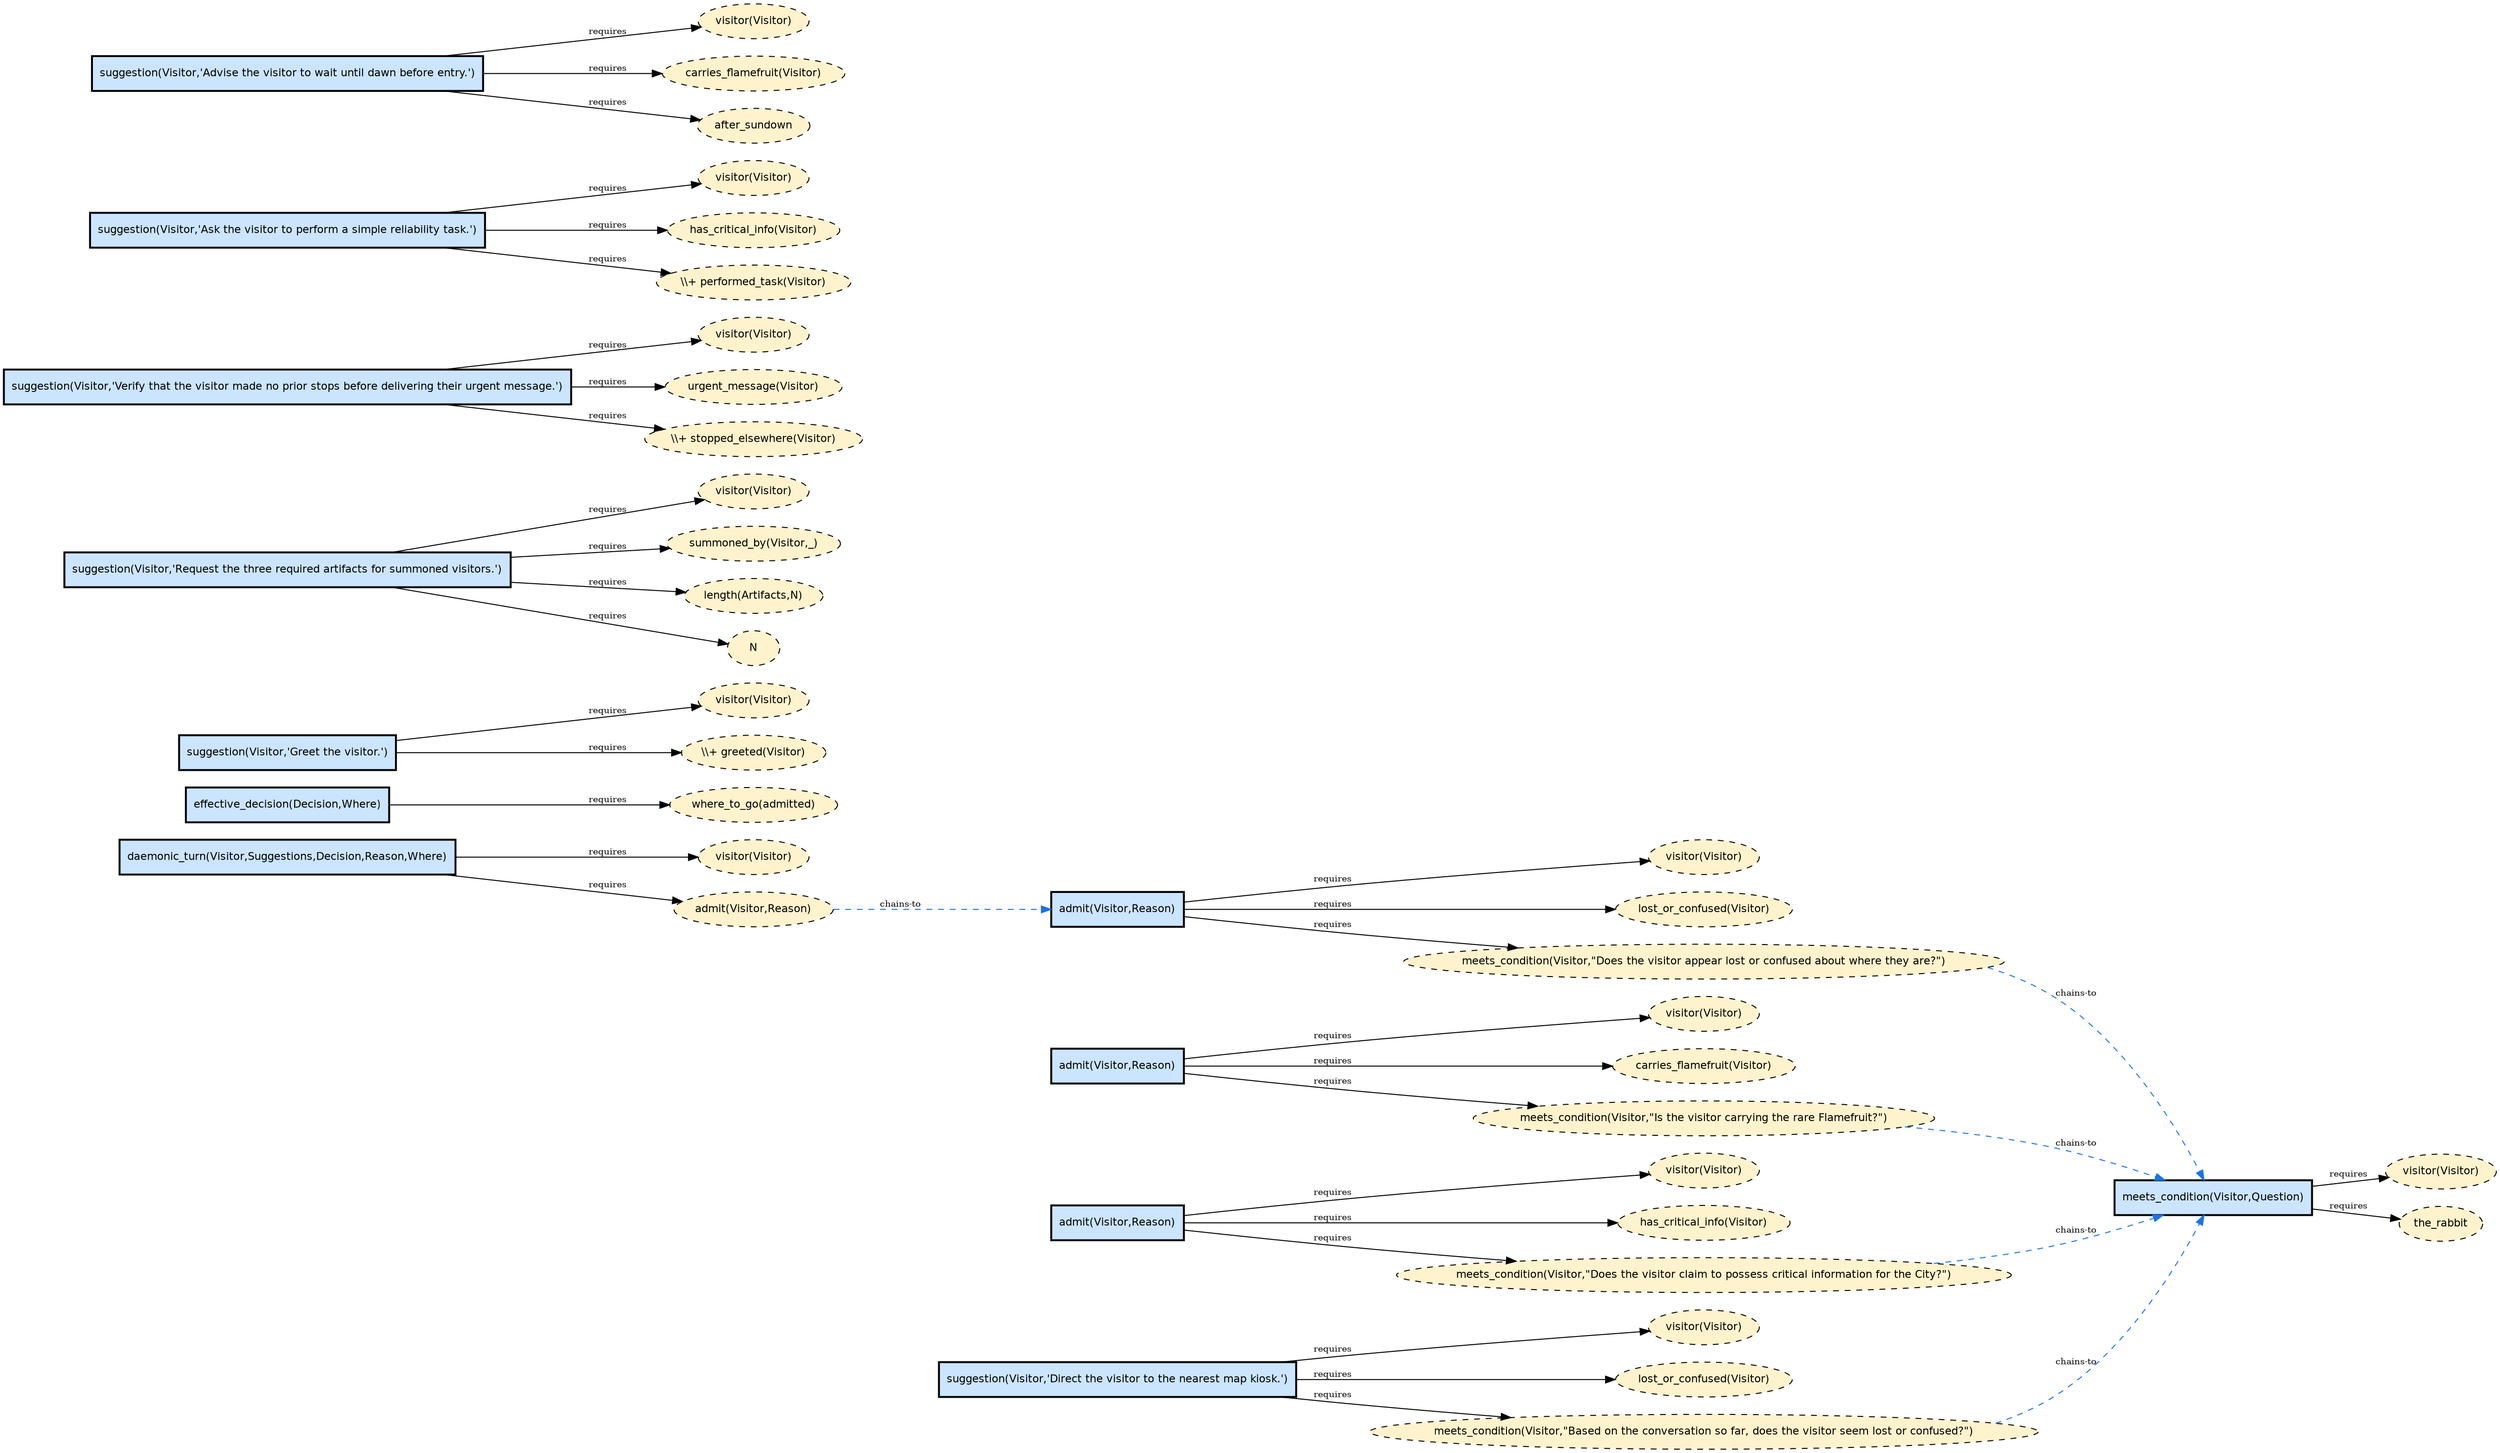
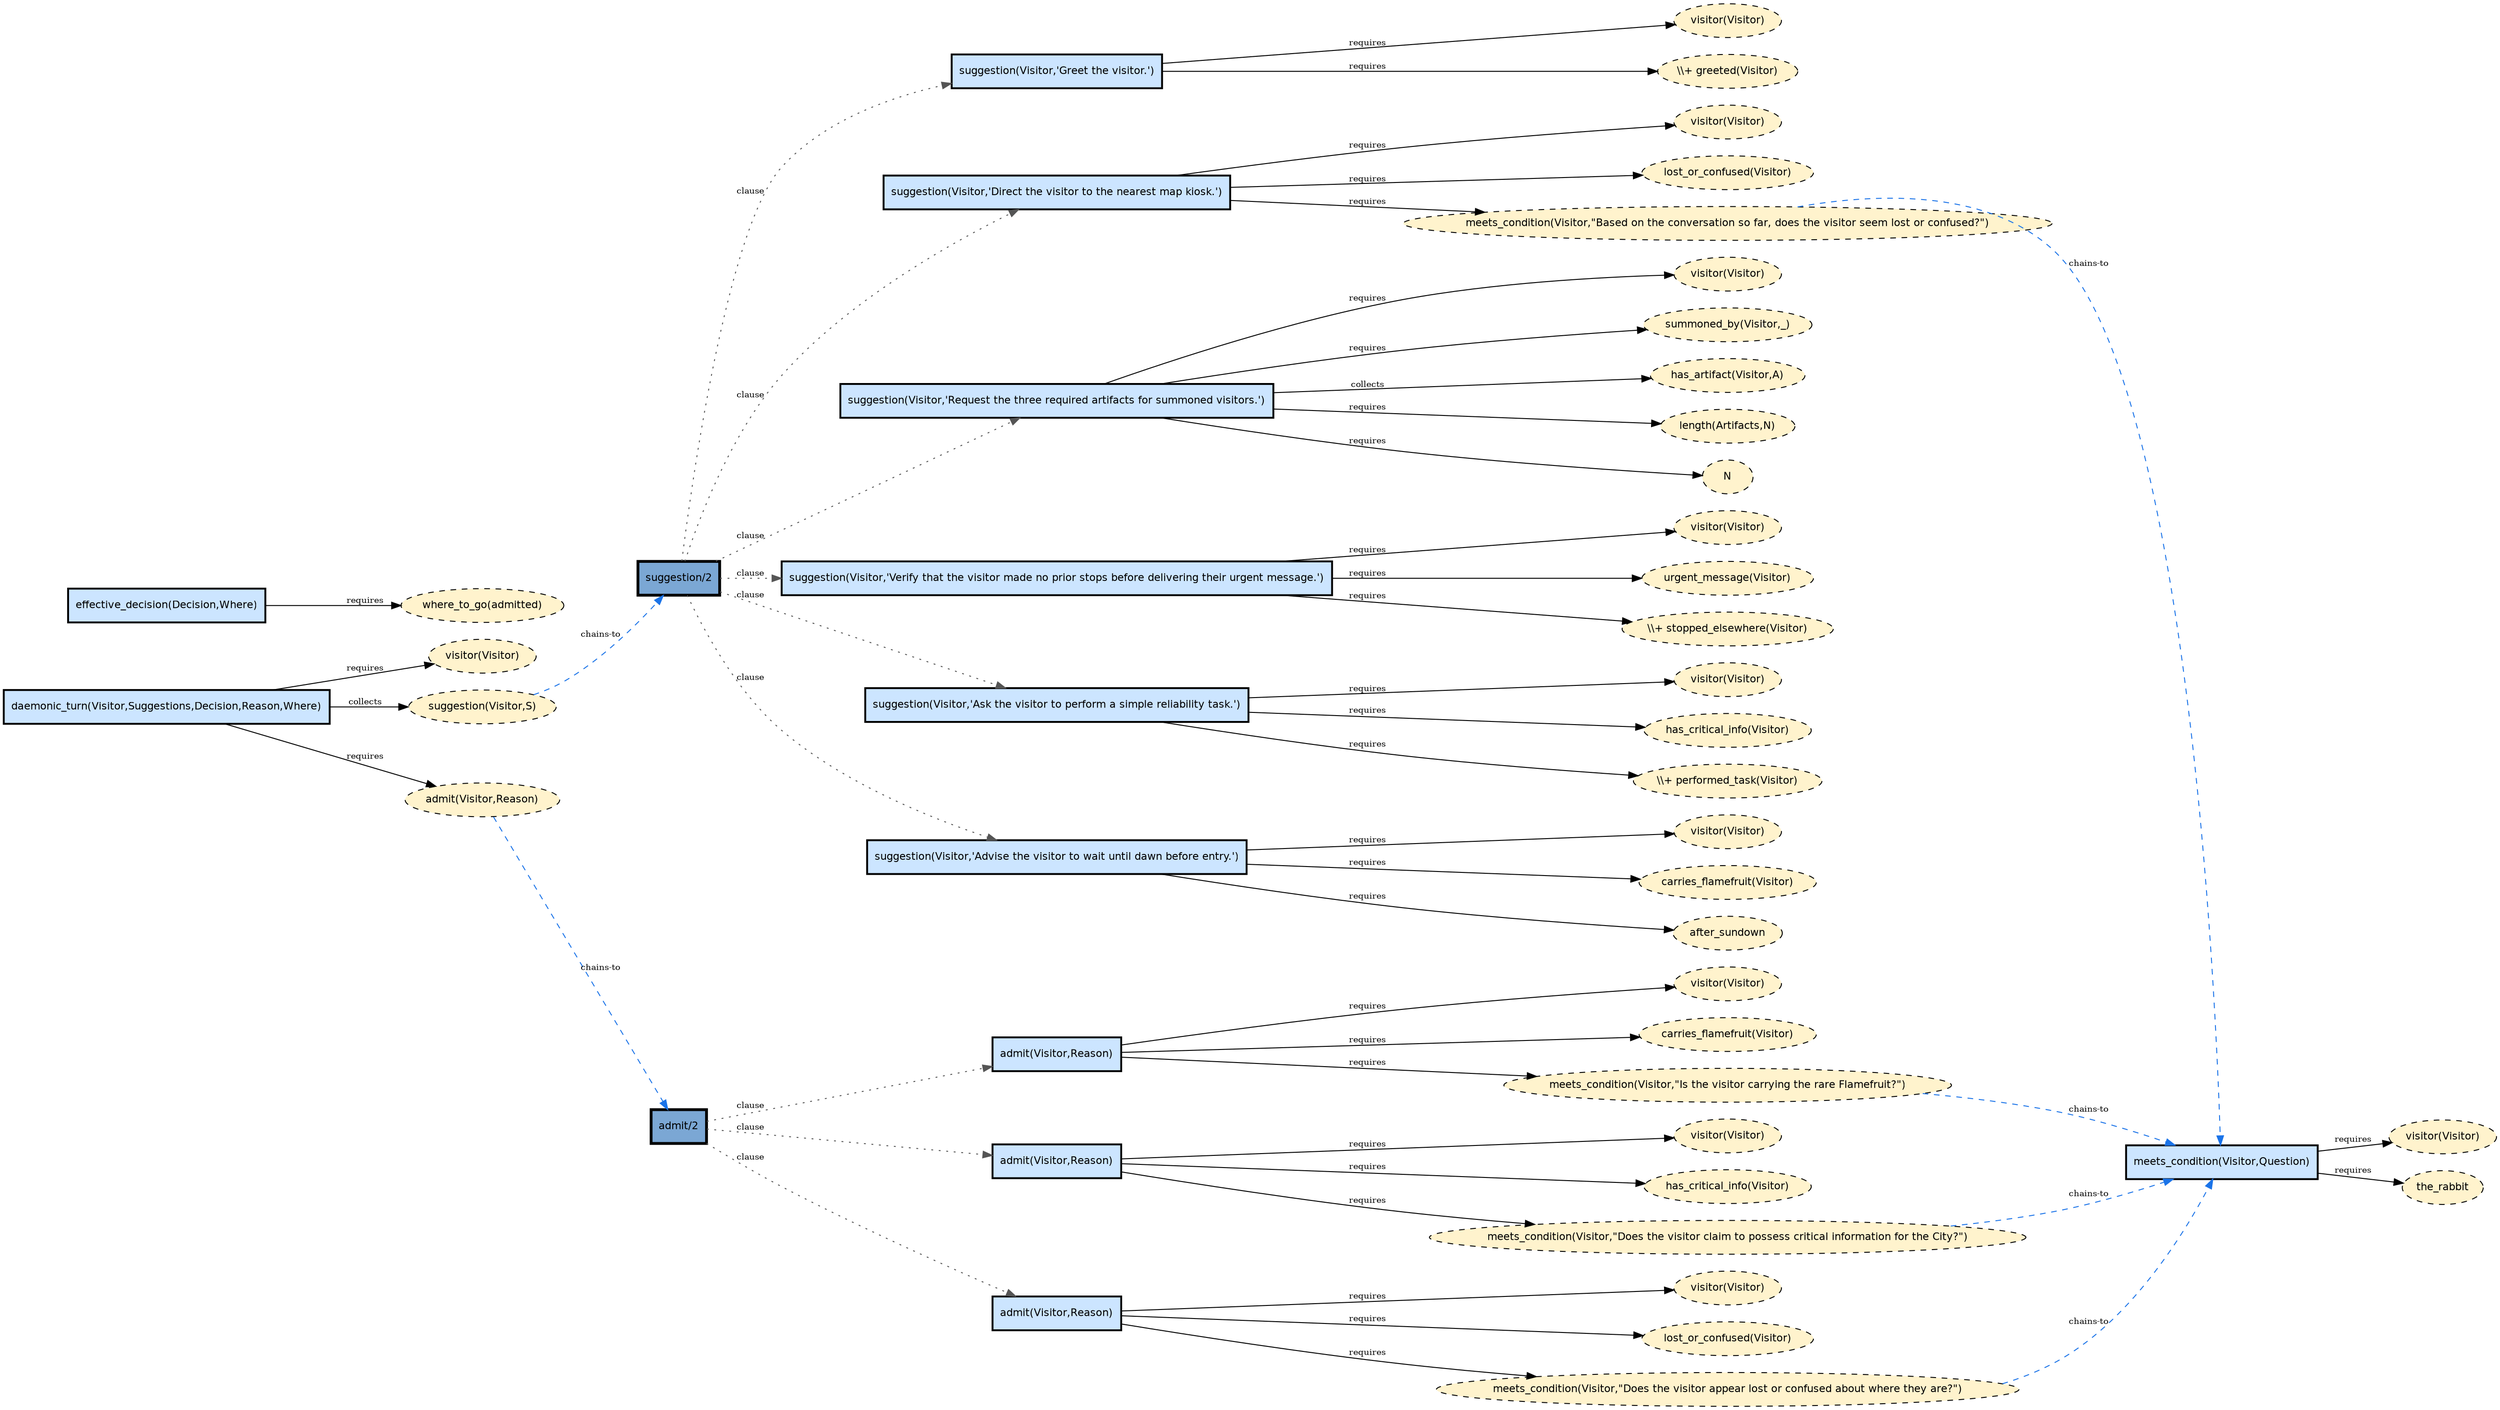
digraph Clara {
    rankdir=LR
    fontname="Helvetica"
    node [fontname="Helvetica" fontsize=11]
    edge [fontsize=9]

    rule_daemonic_turn_5_0 [label="daemonic_turn(Visitor,Suggestions,Decision,Reason,Where)" shape=box style=filled fillcolor="#cce5ff" penwidth=2]
    rule_effective_decision_2_1 [label="effective_decision(Decision,Where)" shape=box style=filled fillcolor="#cce5ff" penwidth=2]
    rule_meets_condition_2_2 [label="meets_condition(Visitor,Question)" shape=box style=filled fillcolor="#cce5ff" penwidth=2]
    rule_admit_2_3 [label="admit(Visitor,Reason)" shape=box style=filled fillcolor="#cce5ff" penwidth=2]
    rule_admit_2_4 [label="admit(Visitor,Reason)" shape=box style=filled fillcolor="#cce5ff" penwidth=2]
    rule_admit_2_5 [label="admit(Visitor,Reason)" shape=box style=filled fillcolor="#cce5ff" penwidth=2]
    rule_suggestion_2_6 [label="suggestion(Visitor,'Greet the visitor.')" shape=box style=filled fillcolor="#cce5ff" penwidth=2]
    rule_suggestion_2_7 [label="suggestion(Visitor,'Direct the visitor to the nearest map kiosk.')" shape=box style=filled fillcolor="#cce5ff" penwidth=2]
    rule_suggestion_2_8 [label="suggestion(Visitor,'Request the three required artifacts for summoned visitors.')" shape=box style=filled fillcolor="#cce5ff" penwidth=2]
    rule_suggestion_2_9 [label="suggestion(Visitor,'Verify that the visitor made no prior stops before delivering their urgent message.')" shape=box style=filled fillcolor="#cce5ff" penwidth=2]
    rule_suggestion_2_10 [label="suggestion(Visitor,'Ask the visitor to perform a simple reliability task.')" shape=box style=filled fillcolor="#cce5ff" penwidth=2]
    rule_suggestion_2_11 [label="suggestion(Visitor,'Advise the visitor to wait until dawn before entry.')" shape=box style=filled fillcolor="#cce5ff" penwidth=2]

+     synth_admit_2 [label="admit/2" shape=box style=filled fillcolor="#7ba7d4" penwidth=3]
+     synth_admit_2 -> rule_admit_2_3 [label="clause" style=dotted color="#555555"]
+     synth_admit_2 -> rule_admit_2_4 [label="clause" style=dotted color="#555555"]
+     synth_admit_2 -> rule_admit_2_5 [label="clause" style=dotted color="#555555"]
+     synth_suggestion_2 [label="suggestion/2" shape=box style=filled fillcolor="#7ba7d4" penwidth=3]
+     synth_suggestion_2 -> rule_suggestion_2_6 [label="clause" style=dotted color="#555555"]
+     synth_suggestion_2 -> rule_suggestion_2_7 [label="clause" style=dotted color="#555555"]
+     synth_suggestion_2 -> rule_suggestion_2_8 [label="clause" style=dotted color="#555555"]
+     synth_suggestion_2 -> rule_suggestion_2_9 [label="clause" style=dotted color="#555555"]
+     synth_suggestion_2 -> rule_suggestion_2_10 [label="clause" style=dotted color="#555555"]
+     synth_suggestion_2 -> rule_suggestion_2_11 [label="clause" style=dotted color="#555555"]
+ 
    cond_0_0 [label="visitor(Visitor)" shape=ellipse style="filled,dashed" fillcolor="#fff3cd"]
    rule_daemonic_turn_5_0 -> cond_0_0 [label="requires"]
+     cond_0_1c [label="suggestion(Visitor,S)" shape=ellipse style="filled,dashed" fillcolor="#fff3cd"]
+     rule_daemonic_turn_5_0 -> cond_0_1c [label="collects"]
    cond_0_2 [label="admit(Visitor,Reason)" shape=ellipse style="filled,dashed" fillcolor="#fff3cd"]
    rule_daemonic_turn_5_0 -> cond_0_2 [label="requires"]
    cond_1_0 [label="where_to_go(admitted)" shape=ellipse style="filled,dashed" fillcolor="#fff3cd"]
    rule_effective_decision_2_1 -> cond_1_0 [label="requires"]
    cond_2_0 [label="visitor(Visitor)" shape=ellipse style="filled,dashed" fillcolor="#fff3cd"]
    rule_meets_condition_2_2 -> cond_2_0 [label="requires"]
    cond_2_1 [label="the_rabbit" shape=ellipse style="filled,dashed" fillcolor="#fff3cd"]
    rule_meets_condition_2_2 -> cond_2_1 [label="requires"]
    cond_3_0 [label="visitor(Visitor)" shape=ellipse style="filled,dashed" fillcolor="#fff3cd"]
    rule_admit_2_3 -> cond_3_0 [label="requires"]
    cond_3_1 [label="carries_flamefruit(Visitor)" shape=ellipse style="filled,dashed" fillcolor="#fff3cd"]
    rule_admit_2_3 -> cond_3_1 [label="requires"]
    cond_3_2 [label="meets_condition(Visitor,\"Is the visitor carrying the rare Flamefruit?\")" shape=ellipse style="filled,dashed" fillcolor="#fff3cd"]
    rule_admit_2_3 -> cond_3_2 [label="requires"]
    cond_4_0 [label="visitor(Visitor)" shape=ellipse style="filled,dashed" fillcolor="#fff3cd"]
    rule_admit_2_4 -> cond_4_0 [label="requires"]
    cond_4_1 [label="has_critical_info(Visitor)" shape=ellipse style="filled,dashed" fillcolor="#fff3cd"]
    rule_admit_2_4 -> cond_4_1 [label="requires"]
    cond_4_2 [label="meets_condition(Visitor,\"Does the visitor claim to possess critical information for the City?\")" shape=ellipse style="filled,dashed" fillcolor="#fff3cd"]
    rule_admit_2_4 -> cond_4_2 [label="requires"]
    cond_5_0 [label="visitor(Visitor)" shape=ellipse style="filled,dashed" fillcolor="#fff3cd"]
    rule_admit_2_5 -> cond_5_0 [label="requires"]
    cond_5_1 [label="lost_or_confused(Visitor)" shape=ellipse style="filled,dashed" fillcolor="#fff3cd"]
    rule_admit_2_5 -> cond_5_1 [label="requires"]
    cond_5_2 [label="meets_condition(Visitor,\"Does the visitor appear lost or confused about where they are?\")" shape=ellipse style="filled,dashed" fillcolor="#fff3cd"]
    rule_admit_2_5 -> cond_5_2 [label="requires"]
    cond_6_0 [label="visitor(Visitor)" shape=ellipse style="filled,dashed" fillcolor="#fff3cd"]
    rule_suggestion_2_6 -> cond_6_0 [label="requires"]
    cond_6_1 [label="\\\\+ greeted(Visitor)" shape=ellipse style="filled,dashed" fillcolor="#fff3cd"]
    rule_suggestion_2_6 -> cond_6_1 [label="requires"]
    cond_7_0 [label="visitor(Visitor)" shape=ellipse style="filled,dashed" fillcolor="#fff3cd"]
    rule_suggestion_2_7 -> cond_7_0 [label="requires"]
    cond_7_1 [label="lost_or_confused(Visitor)" shape=ellipse style="filled,dashed" fillcolor="#fff3cd"]
    rule_suggestion_2_7 -> cond_7_1 [label="requires"]
    cond_7_2 [label="meets_condition(Visitor,\"Based on the conversation so far, does the visitor seem lost or confused?\")" shape=ellipse style="filled,dashed" fillcolor="#fff3cd"]
    rule_suggestion_2_7 -> cond_7_2 [label="requires"]
    cond_8_0 [label="visitor(Visitor)" shape=ellipse style="filled,dashed" fillcolor="#fff3cd"]
    rule_suggestion_2_8 -> cond_8_0 [label="requires"]
    cond_8_1 [label="summoned_by(Visitor,_)" shape=ellipse style="filled,dashed" fillcolor="#fff3cd"]
    rule_suggestion_2_8 -> cond_8_1 [label="requires"]
+     cond_8_2c [label="has_artifact(Visitor,A)" shape=ellipse style="filled,dashed" fillcolor="#fff3cd"]
+     rule_suggestion_2_8 -> cond_8_2c [label="collects"]
    cond_8_3 [label="length(Artifacts,N)" shape=ellipse style="filled,dashed" fillcolor="#fff3cd"]
    rule_suggestion_2_8 -> cond_8_3 [label="requires"]
    cond_8_4 [label="N" shape=ellipse style="filled,dashed" fillcolor="#fff3cd"]
    rule_suggestion_2_8 -> cond_8_4 [label="requires"]
    cond_9_0 [label="visitor(Visitor)" shape=ellipse style="filled,dashed" fillcolor="#fff3cd"]
    rule_suggestion_2_9 -> cond_9_0 [label="requires"]
    cond_9_1 [label="urgent_message(Visitor)" shape=ellipse style="filled,dashed" fillcolor="#fff3cd"]
    rule_suggestion_2_9 -> cond_9_1 [label="requires"]
    cond_9_2 [label="\\\\+ stopped_elsewhere(Visitor)" shape=ellipse style="filled,dashed" fillcolor="#fff3cd"]
    rule_suggestion_2_9 -> cond_9_2 [label="requires"]
    cond_10_0 [label="visitor(Visitor)" shape=ellipse style="filled,dashed" fillcolor="#fff3cd"]
    rule_suggestion_2_10 -> cond_10_0 [label="requires"]
    cond_10_1 [label="has_critical_info(Visitor)" shape=ellipse style="filled,dashed" fillcolor="#fff3cd"]
    rule_suggestion_2_10 -> cond_10_1 [label="requires"]
    cond_10_2 [label="\\\\+ performed_task(Visitor)" shape=ellipse style="filled,dashed" fillcolor="#fff3cd"]
    rule_suggestion_2_10 -> cond_10_2 [label="requires"]
    cond_11_0 [label="visitor(Visitor)" shape=ellipse style="filled,dashed" fillcolor="#fff3cd"]
    rule_suggestion_2_11 -> cond_11_0 [label="requires"]
    cond_11_1 [label="carries_flamefruit(Visitor)" shape=ellipse style="filled,dashed" fillcolor="#fff3cd"]
    rule_suggestion_2_11 -> cond_11_1 [label="requires"]
    cond_11_2 [label="after_sundown" shape=ellipse style="filled,dashed" fillcolor="#fff3cd"]
    rule_suggestion_2_11 -> cond_11_2 [label="requires"]

-     cond_0_2 -> rule_admit_2_5 [label="chains-to" style=dashed color="#1a73e8"]
+     cond_0_1c -> synth_suggestion_2 [label="chains-to" style=dashed color="#1a73e8"]
+     cond_0_2 -> synth_admit_2 [label="chains-to" style=dashed color="#1a73e8"]
    cond_3_2 -> rule_meets_condition_2_2 [label="chains-to" style=dashed color="#1a73e8"]
    cond_4_2 -> rule_meets_condition_2_2 [label="chains-to" style=dashed color="#1a73e8"]
    cond_5_2 -> rule_meets_condition_2_2 [label="chains-to" style=dashed color="#1a73e8"]
    cond_7_2 -> rule_meets_condition_2_2 [label="chains-to" style=dashed color="#1a73e8"]

}
